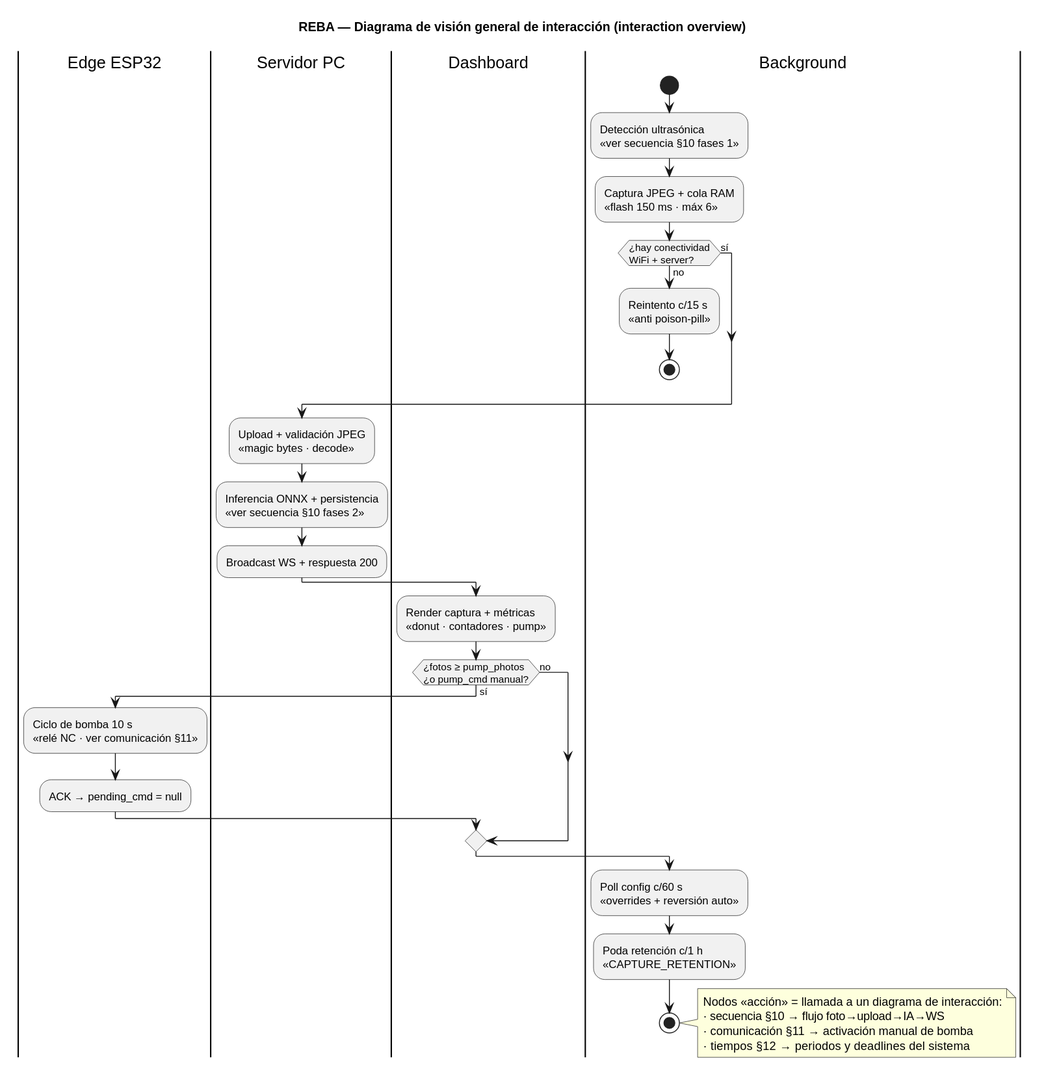
Before: docs/diagramas/uml/13_interaccion_overview.svg, a diagram exported from PlantUML (SebasHdez2006/reba_project). The source it was exported from:
```plantuml
@startuml
title REBA — Diagrama de visión general de interacción (interaction overview)


|Edge ESP32|
|Servidor PC|
|Dashboard|
|Background|
start

:Detección ultrasónica\n«ver secuencia §10 fases 1»;

:Captura JPEG + cola RAM\n«flash 150 ms · máx 6»;

if (¿hay conectividad\nWiFi + server?) then (no)
  :Reintento c/15 s\n«anti poison-pill»;
  stop
else (sí)
endif

|Servidor PC|
:Upload + validación JPEG\n«magic bytes · decode»;

:Inferencia ONNX + persistencia\n«ver secuencia §10 fases 2»;

:Broadcast WS + respuesta 200;

|Dashboard|
:Render captura + métricas\n«donut · contadores · pump»;

if (¿fotos ≥ pump_photos\n¿o pump_cmd manual?) then (sí)
  |Edge ESP32|
  :Ciclo de bomba 10 s\n«relé NC · ver comunicación §11»;
  :ACK → pending_cmd = null;
else (no)
endif

|Background|
:Poll config c/60 s\n«overrides + reversión auto»;
:Poda retención c/1 h\n«CAPTURE_RETENTION»;

stop

note right
  Nodos «acción» = llamada a un diagrama de interacción:
  · secuencia §10 → flujo foto→upload→IA→WS
  · comunicación §11 → activación manual de bomba
  · tiempos §12   → periodos y deadlines del sistema
end note
@enduml
```
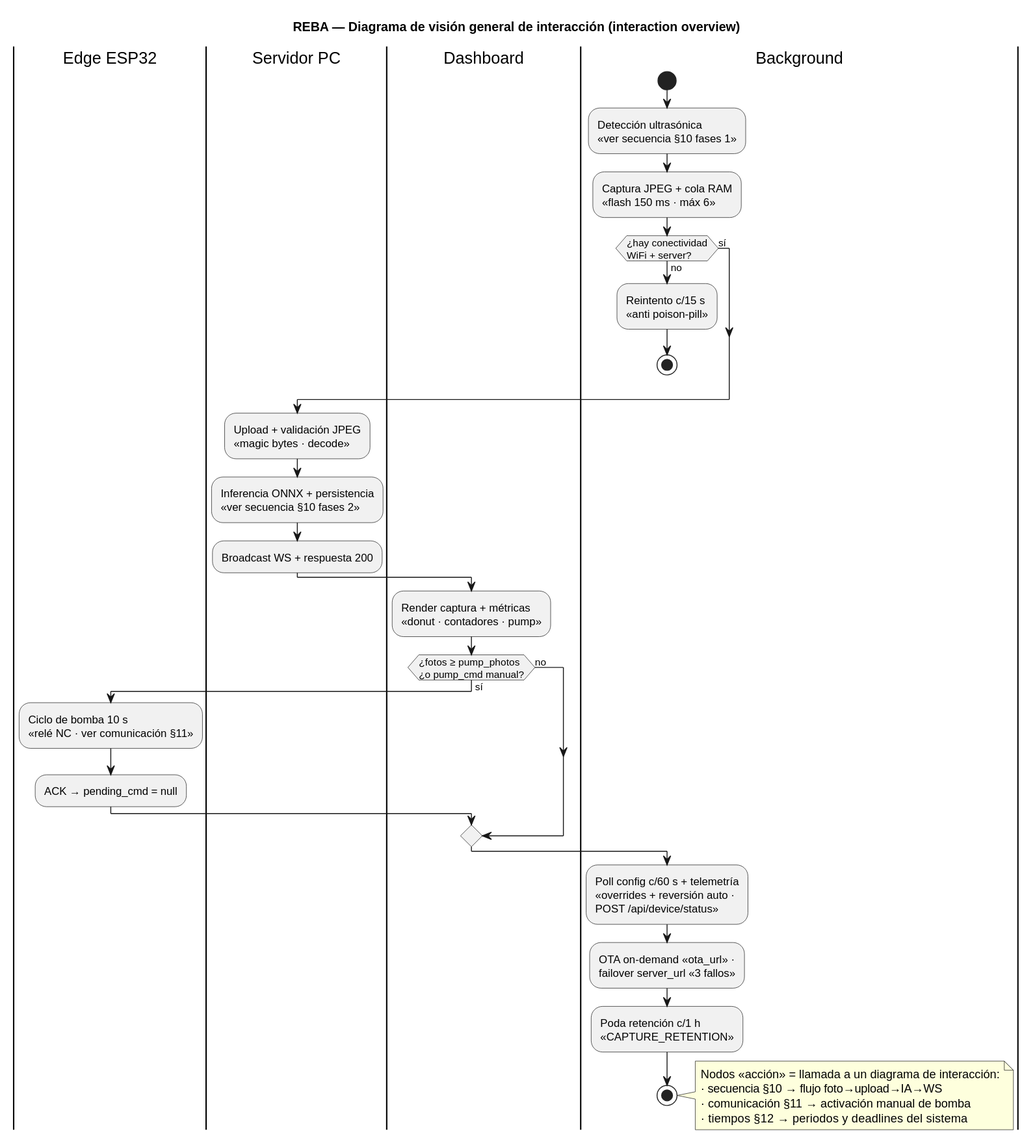
Above is the later version.

Diff of the diagram source:
```diff
@@ -36,7 +36,8 @@
 endif
 
 |Background|
-:Poll config c/60 s\n«overrides + reversión auto»;
+:Poll config c/60 s + telemetría\n«overrides + reversión auto ·\nPOST /api/device/status»;
+:OTA on-demand «ota_url» ·\nfailover server_url «3 fallos»;
 :Poda retención c/1 h\n«CAPTURE_RETENTION»;
 
 stop
```
